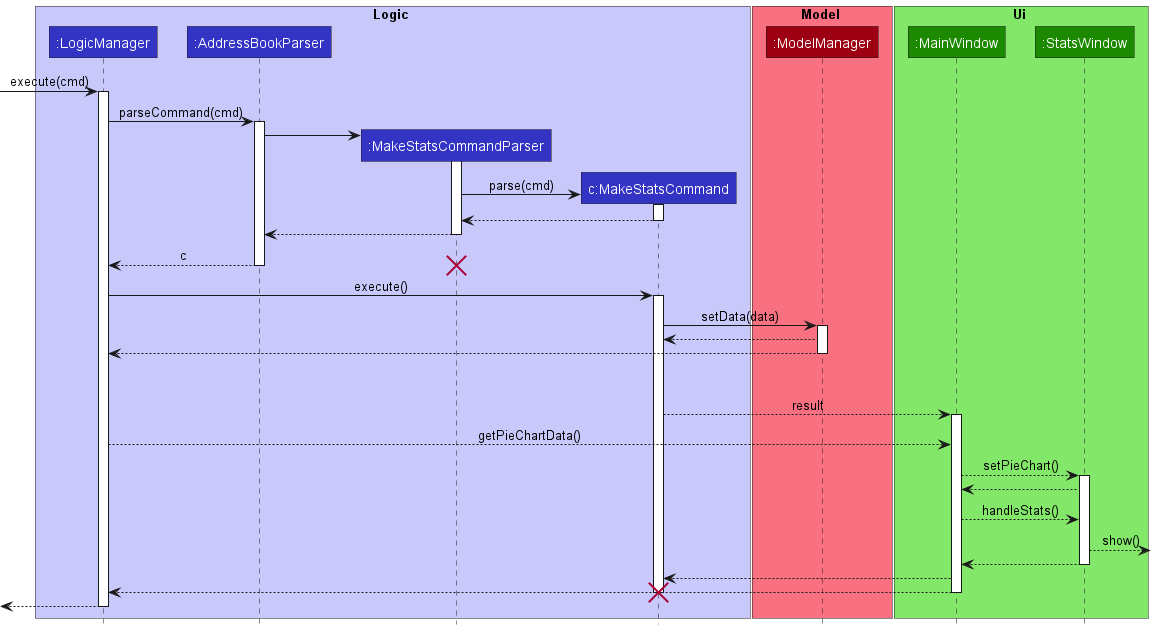
Earlier version of the PlantUML export docs/images/MakeStatsSequenceDiagram.png (nus-cs2103-AY2223S1/tp). Its diagram source:
```plantuml
@startuml
!include style.puml

box Logic LOGIC_COLOR_T1
participant ":LogicManager" as LogicManager LOGIC_COLOR
participant ":AddressBookParser" as AddressBookParser LOGIC_COLOR
participant ":MakeStatsCommandParser" as MakeStatsCommandParser LOGIC_COLOR
participant "c:MakeStatsCommand" as MakeStatsCommand LOGIC_COLOR
end box

box Model MODEL_COLOR_T1
participant ":ModelManager" as ModelManager MODEL_COLOR
end box

box Ui UI_COLOR_T1
participant ":MainWindow" as MainWindow UI_COLOR
participant ":StatsWindow" as StatsWindow UI_COLOR
end box

[-> LogicManager : execute(cmd)
activate LogicManager

LogicManager -> AddressBookParser : parseCommand(cmd)
activate AddressBookParser

create MakeStatsCommandParser
AddressBookParser -> MakeStatsCommandParser
activate MakeStatsCommandParser

create MakeStatsCommand
MakeStatsCommandParser -> MakeStatsCommand : parse(cmd)
activate MakeStatsCommand

MakeStatsCommand --> MakeStatsCommandParser
deactivate MakeStatsCommand

MakeStatsCommandParser --> AddressBookParser
deactivate MakeStatsCommandParser

AddressBookParser --> LogicManager : c
deactivate AddressBookParser
destroy MakeStatsCommandParser

LogicManager -> MakeStatsCommand : execute()
activate MakeStatsCommand

MakeStatsCommand -> ModelManager : setData(data)
activate ModelManager

ModelManager --> MakeStatsCommand :
ModelManager --> LogicManager :
deactivate ModelManager

MakeStatsCommand -[hidden]-> LogicManager : result

MakeStatsCommand --> MainWindow : result
activate MainWindow
LogicManager --> MainWindow : getPieChartData()

MainWindow --> StatsWindow : setPieChart()
activate StatsWindow
StatsWindow --> MainWindow

MainWindow --> StatsWindow : handleStats()

StatsWindow -->] : show()
StatsWindow --> MainWindow
deactivate StatsWindow

MainWindow --> MakeStatsCommand
MainWindow --> LogicManager
deactivate MainWindow
deactivate MakeStatsCommand

destroy MakeStatsCommand

[<--LogicManager
deactivate LogicManager
@enduml
```
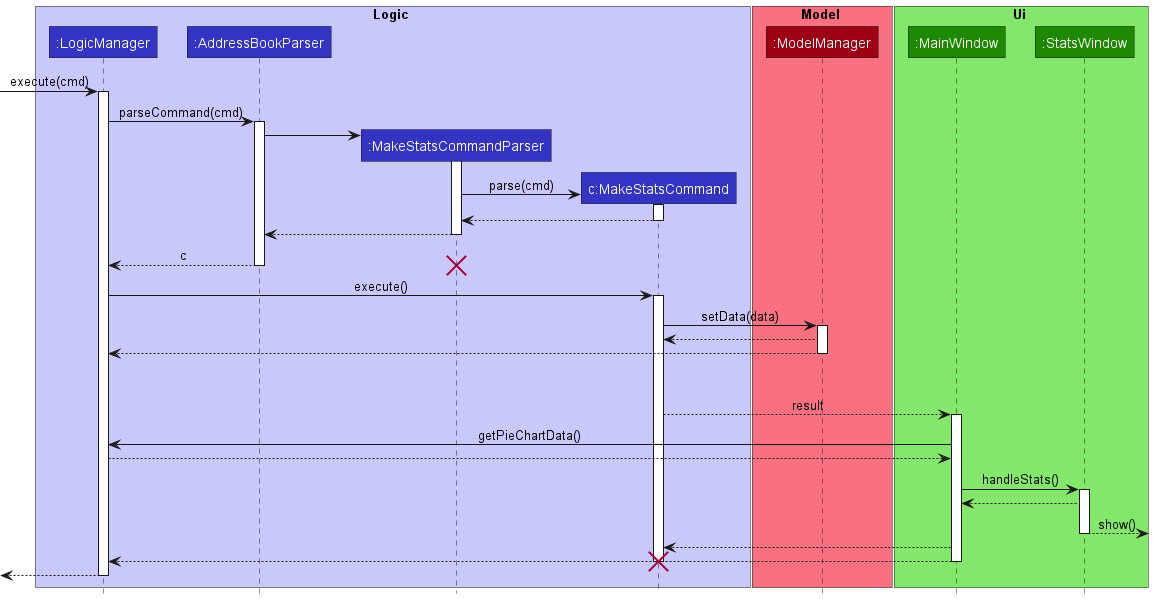
The same diagram one commit later.

Change to the diagram source:
```diff
@@ -55,16 +55,14 @@
 
 MakeStatsCommand --> MainWindow : result
 activate MainWindow
-LogicManager --> MainWindow : getPieChartData()
+LogicManager <- MainWindow : getPieChartData()
+LogicManager --> MainWindow :
 
-MainWindow --> StatsWindow : setPieChart()
+MainWindow -> StatsWindow : handleStats()
 activate StatsWindow
 StatsWindow --> MainWindow
 
-MainWindow --> StatsWindow : handleStats()
-
 StatsWindow -->] : show()
-StatsWindow --> MainWindow
 deactivate StatsWindow
 
 MainWindow --> MakeStatsCommand
```
